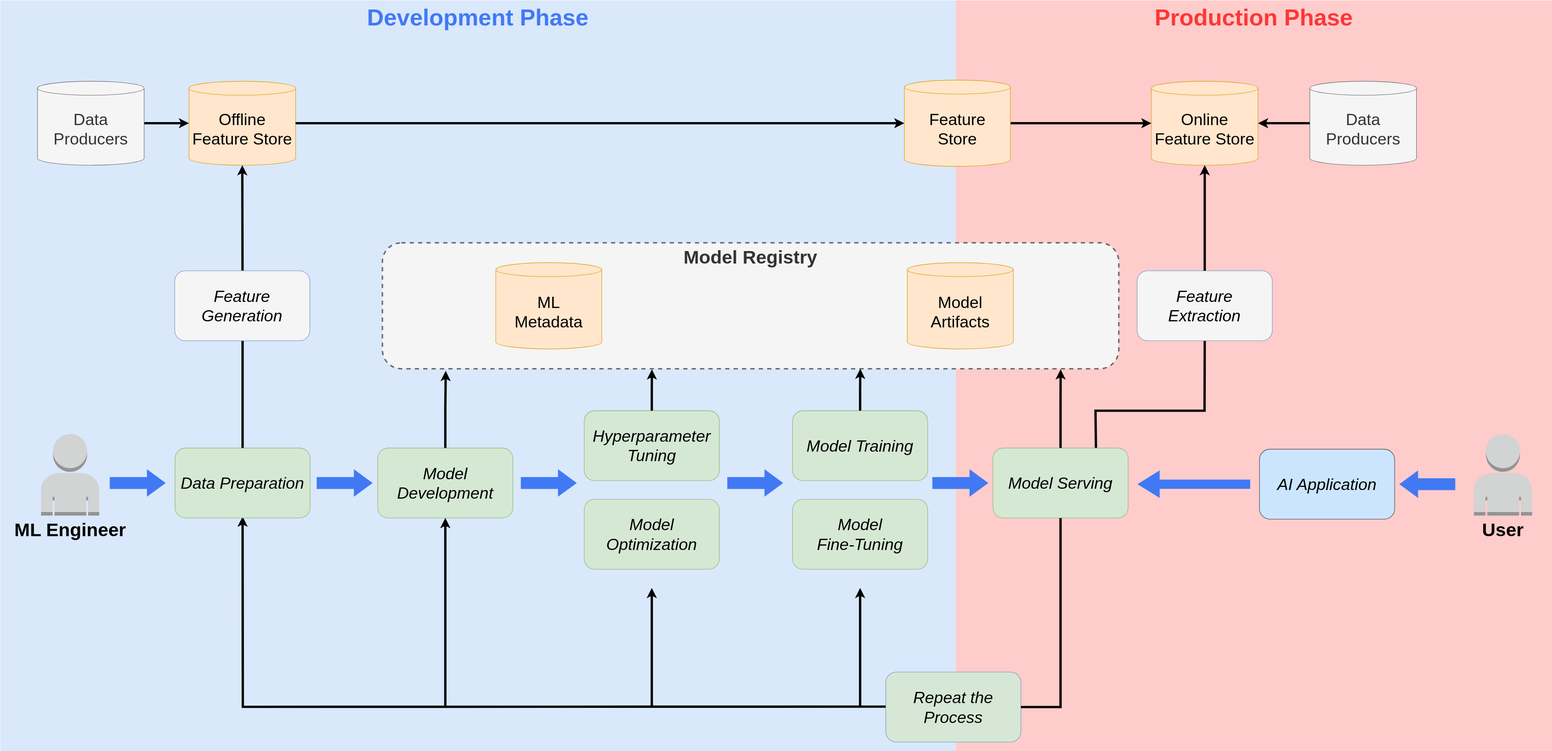
Earlier version of the draw.io export content/en/docs/started/images/ml-lifecycle-dev-prod.drawio.svg (kubeflow/website). Source tidied: cells renumbered, new cells last; positions are measured from the earlier drawing's top-left corner, leaving out a move shared by most shapes.
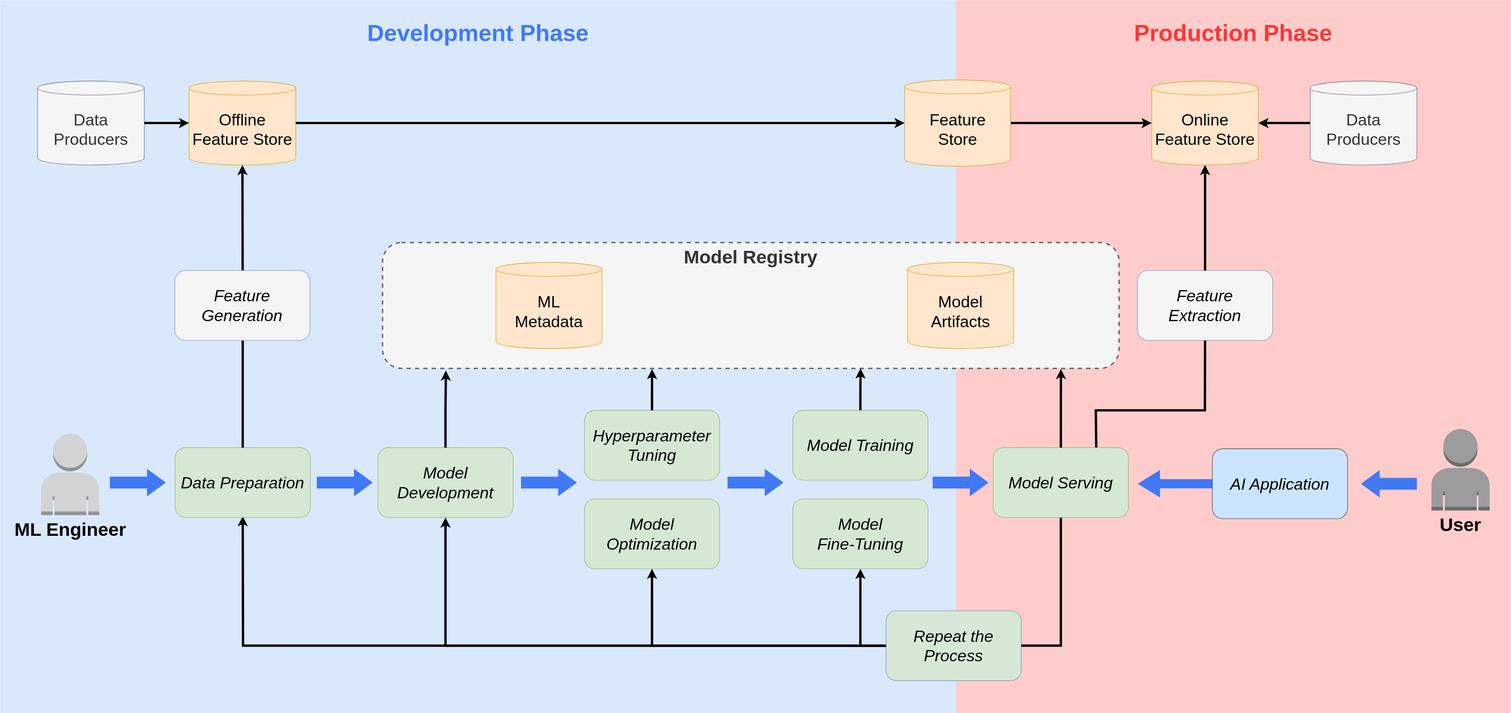
Later version of the same file.

What changed in the source:
```diff
@@ -2,11 +2,11 @@
   <root>
     <mxCell id="0" />
     <mxCell id="1" parent="0" />
-    <mxCell id="2" value="Production Phase" style="rounded=1;whiteSpace=wrap;html=1;dashed=1;fillColor=#ffcccc;strokeWidth=5;strokeColor=none;fontSize=50;verticalAlign=top;arcSize=0;fontStyle=1;fontColor=#fb3737;" parent="1" vertex="1">
-      <mxGeometry x="2050" width="1280" height="1610" as="geometry" />
+    <mxCell id="2" style="rounded=1;whiteSpace=wrap;html=1;dashed=1;fillColor=#ffcccc;strokeWidth=5;strokeColor=none;fontSize=50;verticalAlign=top;arcSize=0;fontStyle=1;fontColor=#fb3737;" parent="1" vertex="1">
+      <mxGeometry x="2050" width="1190" height="1530" as="geometry" />
     </mxCell>
-    <mxCell id="3" value="Development Phase" style="rounded=1;whiteSpace=wrap;html=1;dashed=1;fillColor=#dae8fc;strokeWidth=5;strokeColor=none;fontSize=50;verticalAlign=top;arcSize=0;fontStyle=1;fontColor=#4179f4;" parent="1" vertex="1">
-      <mxGeometry width="2050" height="1610" as="geometry" />
+    <mxCell id="3" style="rounded=1;whiteSpace=wrap;html=1;dashed=1;fillColor=#dae8fc;strokeWidth=5;strokeColor=none;fontSize=50;verticalAlign=top;arcSize=0;fontStyle=1;fontColor=#4179f4;" parent="1" vertex="1">
+      <mxGeometry width="2050" height="1530" as="geometry" />
     </mxCell>
     <mxCell id="4" style="group;" parent="1" vertex="1">
       <mxGeometry x="40" y="930.1" width="240" height="234.9" as="geometry" />
@@ -17,14 +17,13 @@
     <mxCell id="6" value="&lt;b&gt;&lt;font style=&quot;font-size: 40px;&quot;&gt;ML Engineer&lt;/font&gt;&lt;/b&gt;" style="text;html=1;align=center;verticalAlign=middle;strokeColor=none;fillColor=none;fontSize=35;" parent="4" vertex="1">
       <mxGeometry x="-20" y="174.9" width="260" height="60" as="geometry" />
     </mxCell>
-    <mxCell id="7" style="edgeStyle=orthogonalEdgeStyle;rounded=0;orthogonalLoop=1;jettySize=auto;html=1;entryX=0.5;entryY=1;entryDx=0;entryDy=0;strokeWidth=5;" parent="1" edge="1">
+    <mxCell id="7" style="edgeStyle=orthogonalEdgeStyle;rounded=0;jettySize=auto;html=1;entryX=0.5;entryY=1;entryDx=0;entryDy=0;strokeWidth=5;exitX=0;exitY=0.5;exitDx=0;exitDy=0;" parent="1" edge="1" source="8">
       <mxGeometry relative="1" as="geometry">
-        <mxPoint x="2090" y="1514.5" as="sourcePoint" />
         <mxPoint x="520" y="1107" as="targetPoint" />
       </mxGeometry>
     </mxCell>
     <mxCell id="8" value="&lt;div&gt;Repeat the Process&lt;/div&gt;" style="rounded=1;whiteSpace=wrap;html=1;fillColor=#d6e8d5;strokeColor=#6c8ebf;fontSize=35;fontStyle=2;" parent="1" vertex="1">
-      <mxGeometry x="1900" y="1440.5" width="290" height="150" as="geometry" />
+      <mxGeometry x="1900" y="1310" width="290" height="150" as="geometry" />
     </mxCell>
     <mxCell id="9" value="&lt;div&gt;Data Preparation&lt;/div&gt;" style="rounded=1;whiteSpace=wrap;html=1;fillColor=#d5e8d4;strokeColor=#82b366;fontSize=35;fontStyle=2;" parent="1" vertex="1">
       <mxGeometry x="375" y="960" width="290" height="150" as="geometry" />
@@ -53,24 +52,28 @@
     <mxCell id="17" value="Data Producers" style="shape=cylinder3;whiteSpace=wrap;html=1;boundedLbl=1;backgroundOutline=1;size=15;fontSize=35;fillColor=#f5f5f5;fontColor=#333333;strokeColor=#666666;" parent="1" vertex="1">
       <mxGeometry x="2810" y="173.5" width="228.8" height="180" as="geometry" />
     </mxCell>
-    <mxCell id="18" style="edgeStyle=none;jettySize=auto;html=1;rounded=0;entryX=0.5;entryY=1;entryDx=0;entryDy=0;strokeWidth=5;" parent="1" edge="1" target="10">
+    <mxCell id="18" style="edgeStyle=none;jettySize=auto;html=1;rounded=0;entryX=0.5;entryY=1;entryDx=0;entryDy=0;strokeWidth=5;exitX=0;exitY=0.5;exitDx=0;exitDy=0;" parent="1" edge="1" source="8" target="10">
       <mxGeometry relative="1" as="geometry">
-        <mxPoint x="955" y="1513" as="sourcePoint" />
+        <Array as="points">
+          <mxPoint x="955" y="1385" />
+        </Array>
       </mxGeometry>
     </mxCell>
     <mxCell id="19" style="shape=singleArrow;whiteSpace=wrap;html=1;arrowWidth=0.4307692307692277;arrowSize=0.3352071005917159;fillColor=#4179f4;strokeColor=none;" parent="1" vertex="1">
       <mxGeometry x="1117" y="1005.5" width="120" height="59" as="geometry" />
     </mxCell>
-    <mxCell id="20" style="edgeStyle=none;orthogonalLoop=1;jettySize=auto;html=1;rounded=0;entryX=0.5;entryY=1;entryDx=0;entryDy=0;strokeWidth=5;" parent="1" edge="1">
+    <mxCell id="20" style="edgeStyle=none;jettySize=auto;html=1;rounded=0;entryX=0.5;entryY=1;entryDx=0;entryDy=0;strokeWidth=5;exitX=0;exitY=0.5;exitDx=0;exitDy=0;" parent="1" edge="1" source="8" target="24">
       <mxGeometry relative="1" as="geometry">
-        <mxPoint x="1398" y="1513" as="sourcePoint" />
-        <mxPoint x="1398" y="1260" as="targetPoint" />
+        <Array as="points">
+          <mxPoint x="1398" y="1385" />
+        </Array>
       </mxGeometry>
     </mxCell>
-    <mxCell id="21" style="edgeStyle=none;orthogonalLoop=1;jettySize=auto;html=1;rounded=0;entryX=0.5;entryY=1;entryDx=0;entryDy=0;strokeWidth=5;" parent="1" edge="1">
+    <mxCell id="21" style="edgeStyle=none;jettySize=auto;html=1;rounded=0;entryX=0.5;entryY=1;entryDx=0;entryDy=0;strokeWidth=5;exitX=0;exitY=0.5;exitDx=0;exitDy=0;" parent="1" edge="1" source="8" target="26">
       <mxGeometry relative="1" as="geometry">
-        <mxPoint x="1845" y="1513" as="sourcePoint" />
-        <mxPoint x="1845" y="1260" as="targetPoint" />
+        <Array as="points">
+          <mxPoint x="1845" y="1385" />
+        </Array>
       </mxGeometry>
     </mxCell>
     <mxCell id="22" style="edgeStyle=orthogonalEdgeStyle;rounded=0;jettySize=auto;html=1;entryX=1;entryY=0.5;entryDx=0;entryDy=0;strokeWidth=5;endArrow=none;endFill=0;exitX=0.5;exitY=1;exitDx=0;exitDy=0;" parent="1" edge="1" source="28" target="8">
@@ -145,10 +148,10 @@
       <mxGeometry x="2440" y="1008.1" width="241.9" height="59" as="geometry" />
     </mxCell>
     <mxCell id="44" value="AI Application" style="rounded=1;whiteSpace=wrap;html=1;fillColor=#cce5ff;strokeColor=#36393d;fontSize=35;fontStyle=2;" parent="1" vertex="1">
-      <mxGeometry x="2701.9" y="962.6" width="290" height="150" as="geometry" />
+      <mxGeometry x="2600" y="962.6" width="290" height="150" as="geometry" />
     </mxCell>
     <mxCell id="45" style="shape=singleArrow;whiteSpace=wrap;html=1;arrowWidth=0.4307692307692277;arrowSize=0.3352071005917159;fillColor=#4179f4;strokeColor=none;direction=west;" parent="1" vertex="1">
-      <mxGeometry x="3001.9" y="1008.1" width="120" height="59" as="geometry" />
+      <mxGeometry x="2918.8" y="1008.1" width="120" height="59" as="geometry" />
     </mxCell>
     <mxCell id="46" value="Feature &lt;br&gt;Store" style="shape=cylinder3;whiteSpace=wrap;html=1;boundedLbl=1;backgroundOutline=1;size=15;fillColor=#ffe6cc;strokeColor=#d79b00;fontSize=35;" parent="1" vertex="1">
       <mxGeometry x="1940" y="171" width="227.5" height="185" as="geometry" />
@@ -160,13 +163,19 @@
       <mxGeometry relative="1" as="geometry" />
     </mxCell>
     <mxCell id="49" style="group;" parent="1" vertex="1">
-      <mxGeometry x="3161.9" y="930.1" width="124.9" height="234.9" as="geometry" />
+      <mxGeometry x="3070" y="920.1" width="124.9" height="234.9" as="geometry" />
     </mxCell>
-    <mxCell id="50" style="dashed=0;verticalLabelPosition=bottom;verticalAlign=top;align=center;html=1;shape=mxgraph.aws3.user;fillColor=#D2D3D3;gradientColor=none;" parent="49" vertex="1">
+    <mxCell id="50" style="dashed=0;verticalLabelPosition=bottom;verticalAlign=top;align=center;html=1;shape=mxgraph.aws3.user;fillColor=light-dark(#9c9c9c, #373838);gradientColor=none;" parent="49" vertex="1">
       <mxGeometry width="124.9" height="174.9" as="geometry" />
     </mxCell>
     <mxCell id="51" value="&lt;b&gt;&lt;font style=&quot;font-size: 40px;&quot;&gt;User&lt;/font&gt;&lt;/b&gt;" style="text;html=1;align=center;verticalAlign=middle;strokeColor=none;fillColor=none;fontSize=35;" parent="49" vertex="1">
       <mxGeometry x="7.5" y="174.9" width="110" height="60" as="geometry" />
     </mxCell>
+    <mxCell id="52" value="&lt;span style=&quot;color: rgb(65, 121, 244); font-size: 50px; font-weight: 700;&quot;&gt;Development Phase&lt;/span&gt;" style="rounded=0;whiteSpace=wrap;html=1;fillColor=none;strokeColor=none;" parent="1" vertex="1">
+      <mxGeometry x="680" y="30" width="690" height="80" as="geometry" />
+    </mxCell>
+    <mxCell id="53" value="&lt;span style=&quot;color: rgb(251, 55, 55); font-size: 50px; font-weight: 700;&quot;&gt;Production Phase&lt;/span&gt;" style="rounded=0;whiteSpace=wrap;html=1;fillColor=none;strokeColor=none;" parent="1" vertex="1">
+      <mxGeometry x="2300" y="30" width="690" height="80" as="geometry" />
+    </mxCell>
   </root>
 </mxGraphModel>
```
